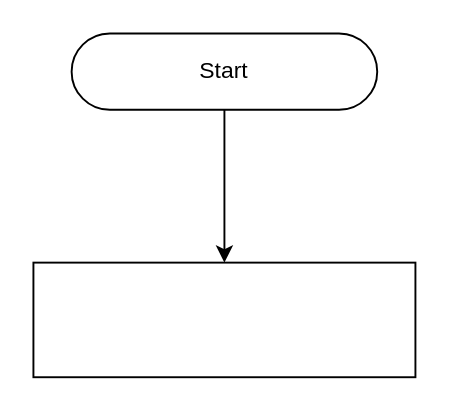
Above: integrityAdd.drawio in AL1605/drow.io (draw.io), before the change. Source tidied: cells renumbered, new cells numbered last; positions are measured from the earlier drawing's top-left corner, leaving out a move shared by most shapes. Both pictures are drawn from the tidied source at 191%, with x=0, y=0 at pixel (32, 32).
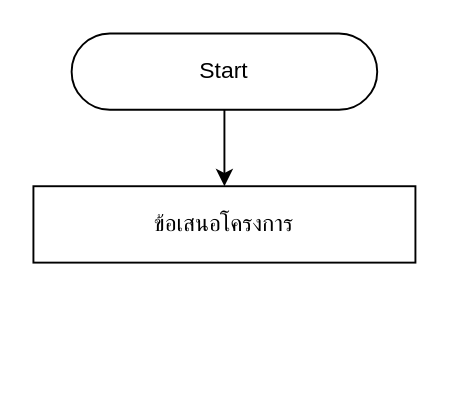
The same page after the edit.

What changed in the source:
```diff
@@
 <mxGraphModel>
   <root>
     <mxCell id="0" />
     <mxCell id="1" parent="0" />
     <mxCell id="2" value="Start" style="rounded=1;whiteSpace=wrap;html=1;arcSize=50;" parent="1" vertex="1">
       <mxGeometry x="20" width="160" height="40" as="geometry" />
     </mxCell>
-    <mxCell id="3" style="rounded=0;whiteSpace=wrap;html=1;" parent="1" vertex="1">
-      <mxGeometry y="120" width="200" height="60" as="geometry" />
+    <mxCell id="3" value="ข้อเสนอโครงการ" style="rounded=0;whiteSpace=wrap;html=1;" parent="1" vertex="1">
+      <mxGeometry y="80" width="200" height="40" as="geometry" />
     </mxCell>
     <mxCell id="4" style="endArrow=classic;html=1;exitX=0.5;exitY=1;exitDx=0;exitDy=0;entryX=0.5;entryY=0;entryDx=0;entryDy=0;" parent="1" edge="1" source="2" target="3">
       <mxGeometry relative="1" as="geometry" />
     </mxCell>
   </root>
 </mxGraphModel>
```
